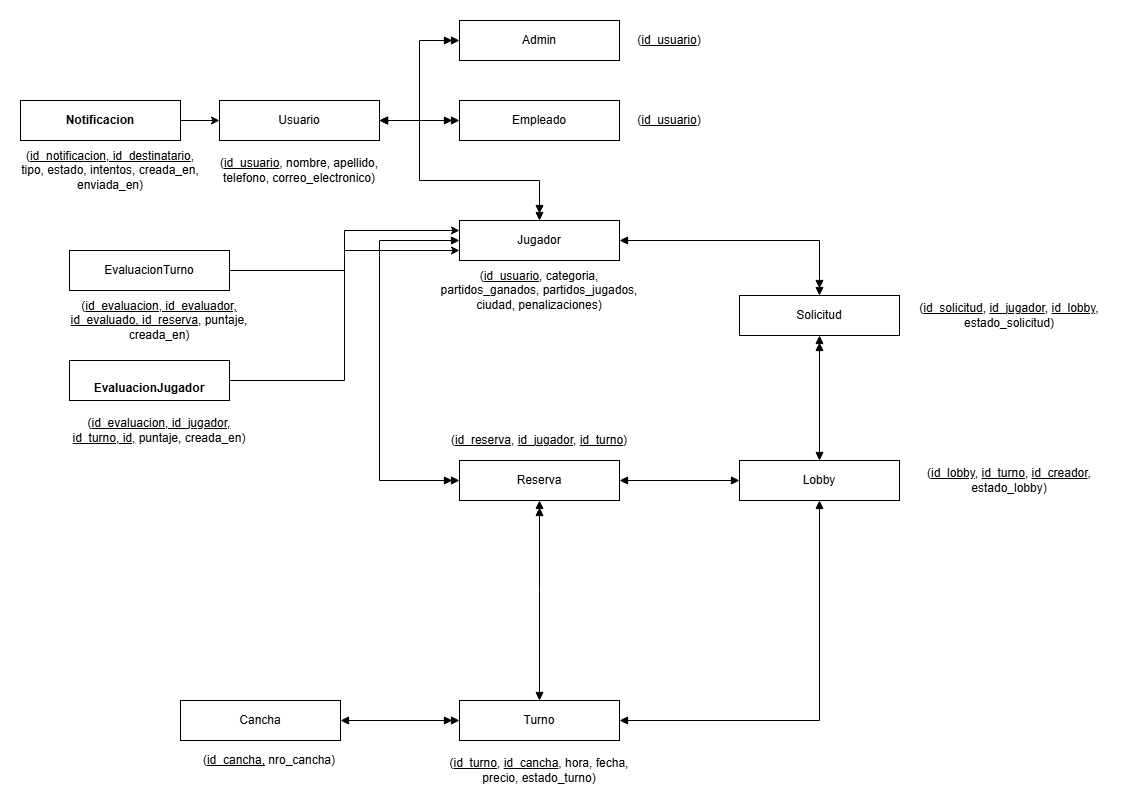
Before: Documentacion/C12E3 - ModeloDeDatos.drawio.png, a diagram exported from draw.io (LautyNahid/proyecto-turnero-AyD). Source tidied: cells renumbered, new cells last; positions are measured from the earlier drawing's top-left corner, leaving out a move shared by most shapes. Its diagram source:
```xml
<mxGraphModel>
  <root>
    <mxCell id="0" />
    <mxCell id="1" parent="0" />
    <mxCell id="2" style="edgeStyle=orthogonalEdgeStyle;rounded=0;jettySize=auto;html=1;exitX=1;exitY=0.5;exitDx=0;exitDy=0;entryX=0;entryY=0.5;entryDx=0;entryDy=0;endArrow=doubleBlock;endFill=1;startArrow=block;startFill=1;" parent="1" edge="1" source="5" target="7">
      <mxGeometry relative="1" as="geometry" />
    </mxCell>
    <mxCell id="3" style="edgeStyle=orthogonalEdgeStyle;rounded=0;jettySize=auto;html=1;exitX=1;exitY=0.5;exitDx=0;exitDy=0;entryX=0;entryY=0.5;entryDx=0;entryDy=0;endArrow=doubleBlock;endFill=1;startArrow=block;startFill=1;" parent="1" edge="1" source="5" target="6">
      <mxGeometry relative="1" as="geometry" />
    </mxCell>
    <mxCell id="4" style="edgeStyle=orthogonalEdgeStyle;rounded=0;jettySize=auto;html=1;exitX=1;exitY=0.5;exitDx=0;exitDy=0;entryX=0.5;entryY=0;entryDx=0;entryDy=0;endArrow=doubleBlock;endFill=1;startArrow=block;startFill=1;" parent="1" edge="1" source="5" target="8">
      <mxGeometry relative="1" as="geometry">
        <Array as="points">
          <mxPoint x="399" y="100" />
          <mxPoint x="399" y="160" />
          <mxPoint x="519" y="160" />
        </Array>
      </mxGeometry>
    </mxCell>
    <mxCell id="5" value="Usuario" style="rounded=0;whiteSpace=wrap;html=1;" parent="1" vertex="1">
      <mxGeometry x="199" y="80" width="160" height="40" as="geometry" />
    </mxCell>
    <mxCell id="6" value="Empleado" style="rounded=0;whiteSpace=wrap;html=1;" parent="1" vertex="1">
      <mxGeometry x="439" y="80" width="160" height="40" as="geometry" />
    </mxCell>
    <mxCell id="7" value="Admin" style="rounded=0;whiteSpace=wrap;html=1;" parent="1" vertex="1">
      <mxGeometry x="439" width="160" height="40" as="geometry" />
    </mxCell>
    <mxCell id="8" value="Jugador" style="rounded=0;whiteSpace=wrap;html=1;" parent="1" vertex="1">
      <mxGeometry x="439" y="200" width="160" height="40" as="geometry" />
    </mxCell>
    <mxCell id="9" value="Solicitud" style="rounded=0;whiteSpace=wrap;html=1;" parent="1" vertex="1">
      <mxGeometry x="719" y="275" width="160" height="40" as="geometry" />
    </mxCell>
    <mxCell id="10" value="Reserva" style="rounded=0;whiteSpace=wrap;html=1;" parent="1" vertex="1">
      <mxGeometry x="439" y="440" width="160" height="40" as="geometry" />
    </mxCell>
    <mxCell id="11" value="Lobby" style="rounded=0;whiteSpace=wrap;html=1;" parent="1" vertex="1">
      <mxGeometry x="719" y="440" width="160" height="40" as="geometry" />
    </mxCell>
    <mxCell id="12" value="Turno" style="rounded=0;whiteSpace=wrap;html=1;" parent="1" vertex="1">
      <mxGeometry x="439" y="680" width="160" height="40" as="geometry" />
    </mxCell>
    <mxCell id="13" value="Cancha" style="rounded=0;whiteSpace=wrap;html=1;" parent="1" vertex="1">
      <mxGeometry x="160" y="680" width="160" height="40" as="geometry" />
    </mxCell>
    <mxCell id="14" value="(&lt;u&gt;id_usuario&lt;/u&gt;, nombre, apellido, telefono, correo_electronico)" style="text;html=1;whiteSpace=wrap;strokeColor=none;fillColor=none;align=center;verticalAlign=middle;rounded=0;" parent="1" vertex="1">
      <mxGeometry x="189" y="130" width="180" height="40" as="geometry" />
    </mxCell>
    <mxCell id="15" value="(&lt;u&gt;id_usuario&lt;/u&gt;)" style="text;html=1;whiteSpace=wrap;strokeColor=none;fillColor=none;align=center;verticalAlign=middle;rounded=0;" parent="1" vertex="1">
      <mxGeometry x="599" width="100" height="40" as="geometry" />
    </mxCell>
    <mxCell id="16" value="(&lt;u&gt;id_usuario&lt;/u&gt;)" style="text;html=1;whiteSpace=wrap;strokeColor=none;fillColor=none;align=center;verticalAlign=middle;rounded=0;" parent="1" vertex="1">
      <mxGeometry x="599" y="80" width="100" height="40" as="geometry" />
    </mxCell>
    <mxCell id="17" value="(&lt;u&gt;id_usuario&lt;/u&gt;, categoria, partidos_ganados, partidos_jugados, ciudad, penalizaciones)" style="text;html=1;whiteSpace=wrap;strokeColor=none;fillColor=none;align=center;verticalAlign=middle;rounded=0;" parent="1" vertex="1">
      <mxGeometry x="409" y="250" width="220" height="40" as="geometry" />
    </mxCell>
    <mxCell id="18" style="rounded=0;jettySize=auto;html=1;exitX=1;exitY=0.5;exitDx=0;exitDy=0;entryX=0.5;entryY=0;entryDx=0;entryDy=0;endArrow=doubleBlock;endFill=1;startArrow=block;startFill=1;edgeStyle=orthogonalEdgeStyle;" parent="1" edge="1" source="8" target="9">
      <mxGeometry relative="1" as="geometry" />
    </mxCell>
    <mxCell id="19" style="rounded=0;jettySize=auto;html=1;exitX=0.5;exitY=0;exitDx=0;exitDy=0;entryX=0.5;entryY=1;entryDx=0;entryDy=0;endArrow=doubleBlock;endFill=1;startArrow=block;startFill=1;edgeStyle=orthogonalEdgeStyle;" parent="1" edge="1" source="11" target="9">
      <mxGeometry relative="1" as="geometry" />
    </mxCell>
    <mxCell id="20" style="rounded=0;jettySize=auto;html=1;exitX=0;exitY=0.5;exitDx=0;exitDy=0;entryX=1;entryY=0.5;entryDx=0;entryDy=0;endArrow=block;endFill=1;startArrow=block;startFill=1;edgeStyle=orthogonalEdgeStyle;" parent="1" edge="1" source="11" target="10">
      <mxGeometry relative="1" as="geometry" />
    </mxCell>
    <mxCell id="21" style="rounded=0;jettySize=auto;html=1;exitX=0;exitY=0.5;exitDx=0;exitDy=0;entryX=0;entryY=0.5;entryDx=0;entryDy=0;endArrow=doubleBlock;endFill=1;startArrow=block;startFill=1;edgeStyle=orthogonalEdgeStyle;" parent="1" edge="1" source="8" target="10">
      <mxGeometry relative="1" as="geometry">
        <Array as="points">
          <mxPoint x="359" y="220" />
          <mxPoint x="359" y="460" />
        </Array>
      </mxGeometry>
    </mxCell>
    <mxCell id="22" style="rounded=0;jettySize=auto;html=1;exitX=0.5;exitY=0;exitDx=0;exitDy=0;entryX=0.5;entryY=1;entryDx=0;entryDy=0;endArrow=doubleBlock;endFill=1;startArrow=block;startFill=1;edgeStyle=orthogonalEdgeStyle;" parent="1" edge="1" source="12" target="10">
      <mxGeometry relative="1" as="geometry">
        <Array as="points">
          <mxPoint x="519" y="570" />
          <mxPoint x="519" y="570" />
        </Array>
      </mxGeometry>
    </mxCell>
    <mxCell id="23" style="rounded=0;jettySize=auto;html=1;exitX=0.5;exitY=1;exitDx=0;exitDy=0;entryX=1;entryY=0.5;entryDx=0;entryDy=0;endArrow=block;endFill=1;startArrow=block;startFill=1;edgeStyle=orthogonalEdgeStyle;" parent="1" edge="1" source="11" target="12">
      <mxGeometry relative="1" as="geometry" />
    </mxCell>
    <mxCell id="24" style="rounded=0;jettySize=auto;html=1;exitX=1;exitY=0.5;exitDx=0;exitDy=0;entryX=0;entryY=0.5;entryDx=0;entryDy=0;endArrow=doubleBlock;endFill=1;startArrow=block;startFill=1;edgeStyle=orthogonalEdgeStyle;" parent="1" edge="1" source="13" target="12">
      <mxGeometry relative="1" as="geometry" />
    </mxCell>
    <mxCell id="25" value="(&lt;u&gt;id_solicitud&lt;/u&gt;, &lt;u&gt;id_jugador&lt;/u&gt;, &lt;u&gt;id_lobby&lt;/u&gt;, estado_solicitud)" style="text;html=1;whiteSpace=wrap;strokeColor=none;fillColor=none;align=center;verticalAlign=middle;rounded=0;" parent="1" vertex="1">
      <mxGeometry x="879" y="275" width="220" height="40" as="geometry" />
    </mxCell>
    <mxCell id="26" value="(&lt;u&gt;id_cancha,&lt;/u&gt;&amp;nbsp;nro_cancha)" style="text;html=1;whiteSpace=wrap;strokeColor=none;fillColor=none;align=center;verticalAlign=middle;rounded=0;" parent="1" vertex="1">
      <mxGeometry x="199" y="720" width="100" height="40" as="geometry" />
    </mxCell>
    <mxCell id="27" value="(&lt;u&gt;id_turno&lt;/u&gt;, &lt;u&gt;id_cancha&lt;/u&gt;, hora, fecha, precio, estado_turno)" style="text;html=1;whiteSpace=wrap;strokeColor=none;fillColor=none;align=center;verticalAlign=middle;rounded=0;" parent="1" vertex="1">
      <mxGeometry x="409" y="730" width="220" height="40" as="geometry" />
    </mxCell>
    <mxCell id="28" value="(&lt;u&gt;id_reserva&lt;/u&gt;, &lt;u&gt;id_jugador&lt;/u&gt;, &lt;u&gt;id_turno&lt;/u&gt;)" style="text;html=1;whiteSpace=wrap;strokeColor=none;fillColor=none;align=center;verticalAlign=middle;rounded=0;" parent="1" vertex="1">
      <mxGeometry x="409" y="400" width="220" height="40" as="geometry" />
    </mxCell>
    <mxCell id="29" value="(&lt;u&gt;id_lobby&lt;/u&gt;, &lt;u&gt;id_turno&lt;/u&gt;, &lt;u&gt;id_creador&lt;/u&gt;, estado_lobby)" style="text;html=1;whiteSpace=wrap;strokeColor=none;fillColor=none;align=center;verticalAlign=middle;rounded=0;" parent="1" vertex="1">
      <mxGeometry x="879" y="440" width="220" height="40" as="geometry" />
    </mxCell>
    <mxCell id="30" style="edgeStyle=orthogonalEdgeStyle;rounded=0;jettySize=auto;html=1;entryX=0;entryY=0.75;entryDx=0;entryDy=0;" parent="1" edge="1" source="31" target="8">
      <mxGeometry relative="1" as="geometry" />
    </mxCell>
    <mxCell id="31" value="&lt;br&gt;EvaluacionTurno&lt;div&gt;&lt;br style=&quot;font-weight: 700; white-space: nowrap;&quot;&gt;&lt;/div&gt;" style="rounded=0;whiteSpace=wrap;html=1;" parent="1" vertex="1">
      <mxGeometry x="49" y="230" width="160" height="40" as="geometry" />
    </mxCell>
    <mxCell id="32" style="edgeStyle=orthogonalEdgeStyle;rounded=0;jettySize=auto;html=1;entryX=0;entryY=0.25;entryDx=0;entryDy=0;" parent="1" edge="1" source="33" target="8">
      <mxGeometry relative="1" as="geometry" />
    </mxCell>
    <mxCell id="33" value="&lt;br style=&quot;font-weight: 700; white-space: nowrap;&quot;&gt;&lt;span style=&quot;font-weight: 700; white-space: nowrap;&quot;&gt;EvaluacionJugador&lt;/span&gt;" style="rounded=0;whiteSpace=wrap;html=1;" parent="1" vertex="1">
      <mxGeometry x="49" y="340" width="160" height="40" as="geometry" />
    </mxCell>
    <mxCell id="34" style="edgeStyle=orthogonalEdgeStyle;rounded=0;jettySize=auto;html=1;entryX=0;entryY=0.5;entryDx=0;entryDy=0;" parent="1" edge="1" source="35" target="5">
      <mxGeometry relative="1" as="geometry" />
    </mxCell>
    <mxCell id="35" value="&lt;span style=&quot;font-weight: 700; white-space: nowrap;&quot;&gt;Notificacion&lt;/span&gt;" style="rounded=0;whiteSpace=wrap;html=1;" parent="1" vertex="1">
      <mxGeometry y="80" width="160" height="40" as="geometry" />
    </mxCell>
    <mxCell id="36" value="(&lt;u&gt;id_notificacion, id_destinatario,&lt;/u&gt; tipo, estado, intentos, creada_en, enviada_en)" style="text;html=1;whiteSpace=wrap;strokeColor=none;fillColor=none;align=center;verticalAlign=middle;rounded=0;" parent="1" vertex="1">
      <mxGeometry y="130" width="180" height="40" as="geometry" />
    </mxCell>
    <mxCell id="37" value="(&lt;u&gt;id_evaluacion, id_evaluador, id_evaluado, id_reserva&lt;/u&gt;, puntaje, creada_en)" style="text;html=1;whiteSpace=wrap;strokeColor=none;fillColor=none;align=center;verticalAlign=middle;rounded=0;" parent="1" vertex="1">
      <mxGeometry x="49" y="280" width="180" height="40" as="geometry" />
    </mxCell>
    <mxCell id="38" value="(&lt;u&gt;id_evaluacion, id_jugador, id_turno, id,&lt;/u&gt;&amp;nbsp;puntaje, creada_en)" style="text;html=1;whiteSpace=wrap;strokeColor=none;fillColor=none;align=center;verticalAlign=middle;rounded=0;" parent="1" vertex="1">
      <mxGeometry x="49" y="390" width="180" height="40" as="geometry" />
    </mxCell>
  </root>
</mxGraphModel>
```
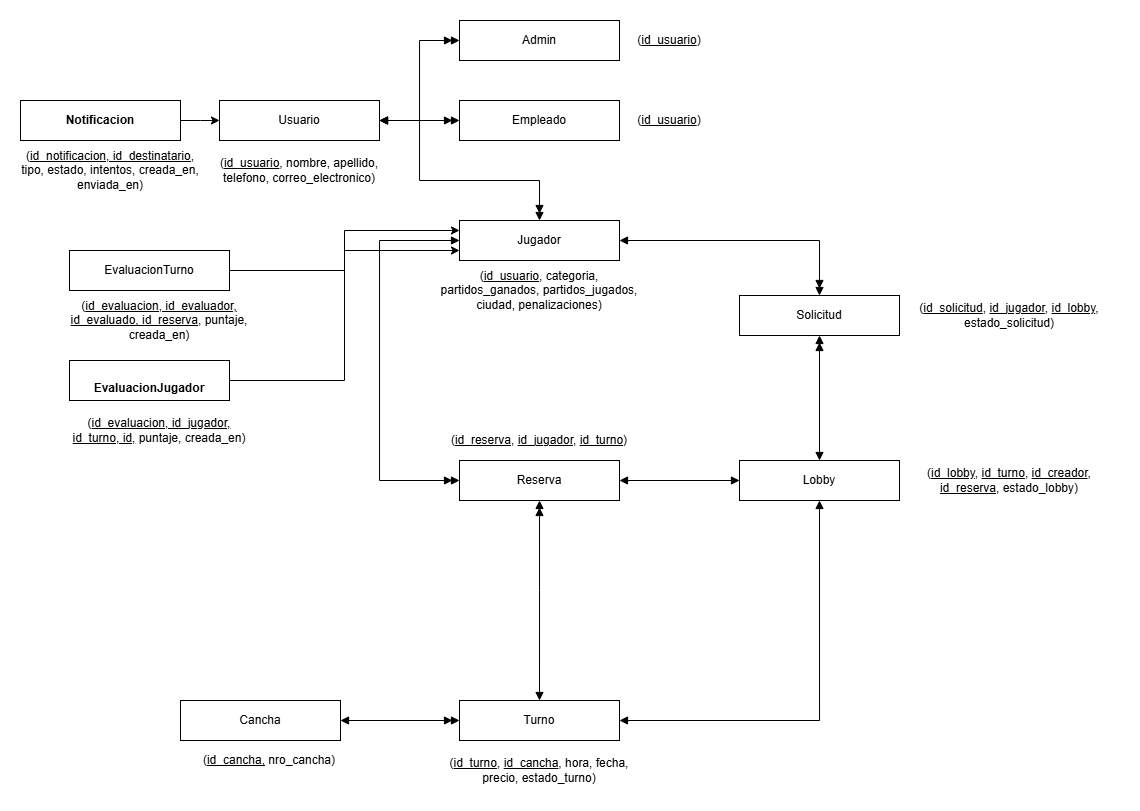
After the change.

Commit message:
Modelos de datos corregido

What changed in the source:
```diff
@@ -99,7 +99,7 @@
     <mxCell id="28" value="(&lt;u&gt;id_reserva&lt;/u&gt;, &lt;u&gt;id_jugador&lt;/u&gt;, &lt;u&gt;id_turno&lt;/u&gt;)" style="text;html=1;whiteSpace=wrap;strokeColor=none;fillColor=none;align=center;verticalAlign=middle;rounded=0;" parent="1" vertex="1">
       <mxGeometry x="409" y="400" width="220" height="40" as="geometry" />
     </mxCell>
-    <mxCell id="29" value="(&lt;u&gt;id_lobby&lt;/u&gt;, &lt;u&gt;id_turno&lt;/u&gt;, &lt;u&gt;id_creador&lt;/u&gt;, estado_lobby)" style="text;html=1;whiteSpace=wrap;strokeColor=none;fillColor=none;align=center;verticalAlign=middle;rounded=0;" parent="1" vertex="1">
+    <mxCell id="29" value="(&lt;u&gt;id_lobby&lt;/u&gt;, &lt;u&gt;id_turno&lt;/u&gt;, &lt;u&gt;id_creador&lt;/u&gt;, &lt;u&gt;id_reserva&lt;/u&gt;, estado_lobby)" style="text;html=1;whiteSpace=wrap;strokeColor=none;fillColor=none;align=center;verticalAlign=middle;rounded=0;" parent="1" vertex="1">
       <mxGeometry x="879" y="440" width="220" height="40" as="geometry" />
     </mxCell>
     <mxCell id="30" style="edgeStyle=orthogonalEdgeStyle;rounded=0;jettySize=auto;html=1;entryX=0;entryY=0.75;entryDx=0;entryDy=0;" parent="1" edge="1" source="31" target="8">
```
